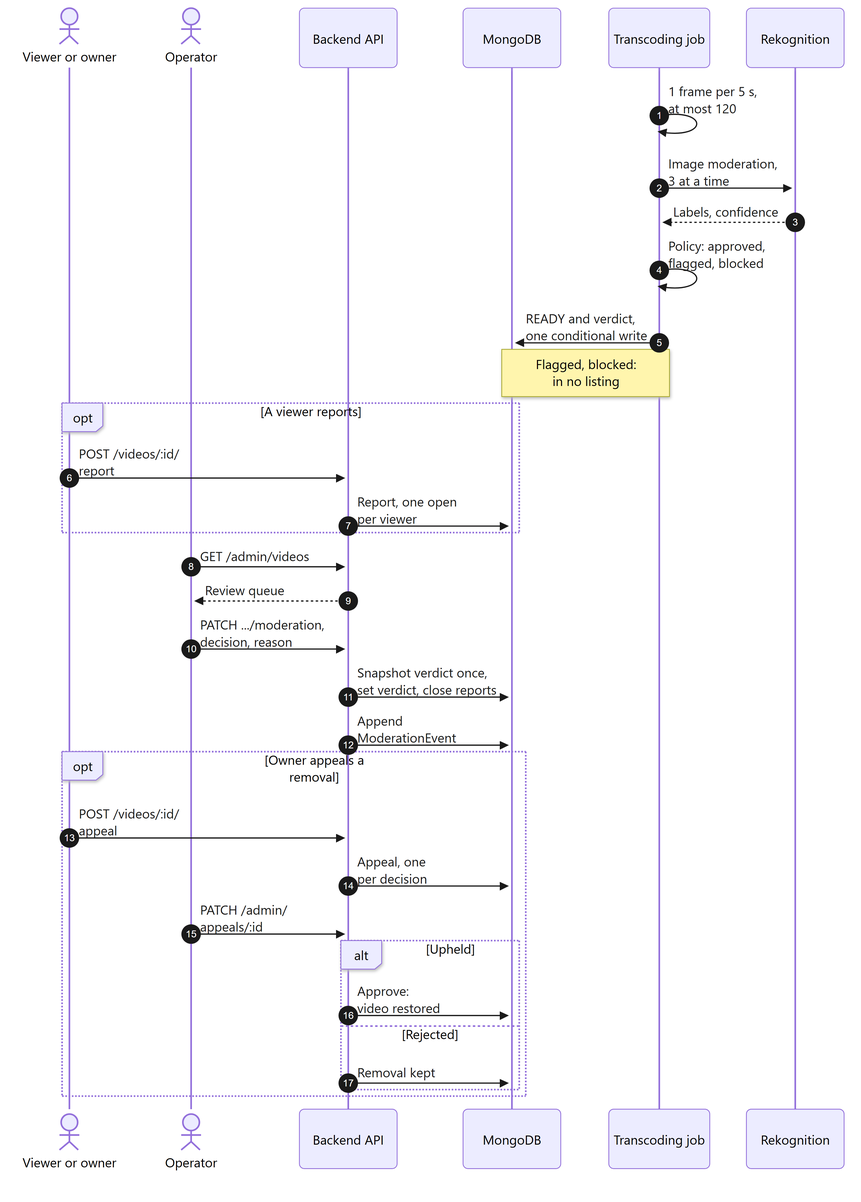
Above: docs/diagrams/19-moderation-sequence.png in DinhQuocCuong28664/DACNTT_VideoStreaming (Mermaid), before the change. Its source is kept beside it as docs/diagrams/src/19-moderation-sequence.mmd.
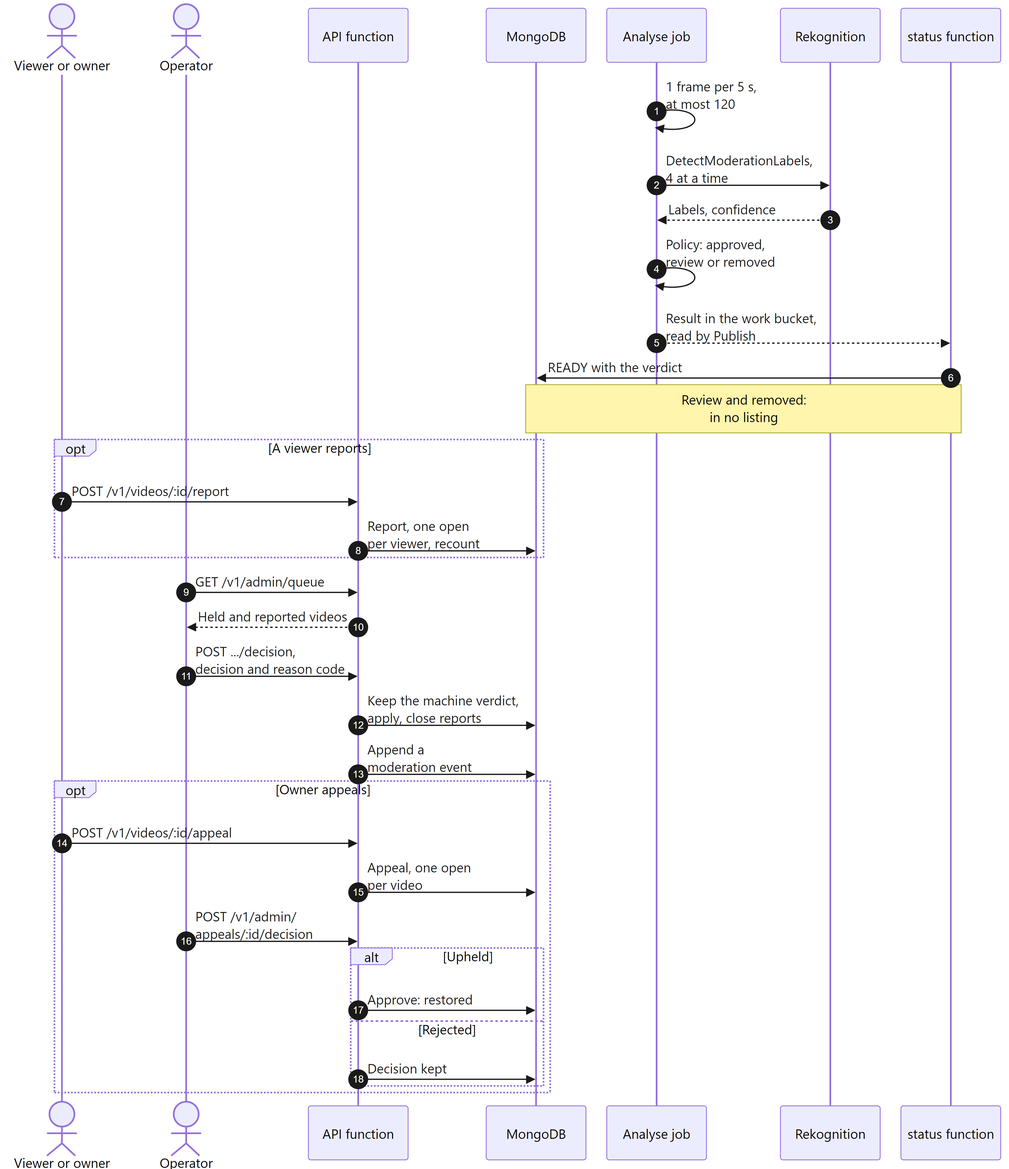
Later version of the same file.

What changed in the source:
```diff
@@ -3,36 +3,38 @@
     autonumber
     actor User as Viewer or owner
     actor Op as Operator
-    participant API as Backend API
+    participant API as API function
     participant DB as MongoDB
-    participant Job as Transcoding job
+    participant Job as Analyse job
     participant Rek as Rekognition
+    participant St as status function
 
     Job->>Job: 1 frame per 5 s,<br/>at most 120
-    Job->>Rek: Image moderation,<br/>3 at a time
+    Job->>Rek: DetectModerationLabels,<br/>4 at a time
     Rek-->>Job: Labels, confidence
-    Job->>Job: Policy: approved,<br/>flagged, blocked
-    Job->>DB: READY and verdict,<br/>one conditional write
-    Note over DB,Job: Flagged, blocked:<br/>in no listing
+    Job->>Job: Policy: approved,<br/>review or removed
+    Job-->>St: Result in the work bucket,<br/>read by Publish
+    St->>DB: READY with the verdict
+    Note over DB,St: Review and removed:<br/>in no listing
 
     opt A viewer reports
-        User->>API: POST /videos/:id/<br/>report
-        API->>DB: Report, one open<br/>per viewer
+        User->>API: POST /v1/videos/:id/report
+        API->>DB: Report, one open<br/>per viewer, recount
     end
 
-    Op->>API: GET /admin/videos
-    API-->>Op: Review queue
-    Op->>API: PATCH .../moderation,<br/>decision, reason
-    API->>DB: Snapshot verdict once,<br/>set verdict, close reports
-    API->>DB: Append<br/>ModerationEvent
+    Op->>API: GET /v1/admin/queue
+    API-->>Op: Held and reported videos
+    Op->>API: POST .../decision,<br/>decision and reason code
+    API->>DB: Keep the machine verdict,<br/>apply, close reports
+    API->>DB: Append a<br/>moderation event
 
-    opt Owner appeals a removal
-        User->>API: POST /videos/:id/<br/>appeal
-        API->>DB: Appeal, one<br/>per decision
-        Op->>API: PATCH /admin/<br/>appeals/:id
+    opt Owner appeals
+        User->>API: POST /v1/videos/:id/appeal
+        API->>DB: Appeal, one open<br/>per video
+        Op->>API: POST /v1/admin/<br/>appeals/:id/decision
         alt Upheld
-            API->>DB: Approve:<br/>video restored
+            API->>DB: Approve: restored
         else Rejected
-            API->>DB: Removal kept
+            API->>DB: Decision kept
         end
     end
```
